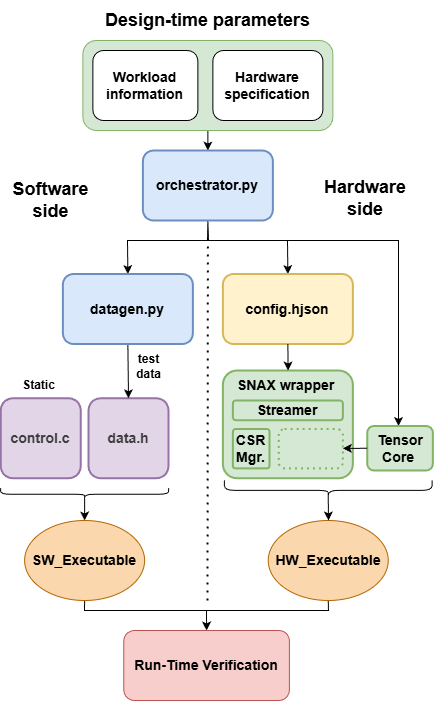
MargZhao/MX_SNAX_integration keeps this draw.io diagram as target/snitch_cluster/sw/apps/snax-mx/thesis_graphs/workflow_v2.png. Above is the earlier version. Source tidied: cells renumbered, new cells last; positions are measured from the earlier drawing's top-left corner, leaving out a move shared by most shapes.
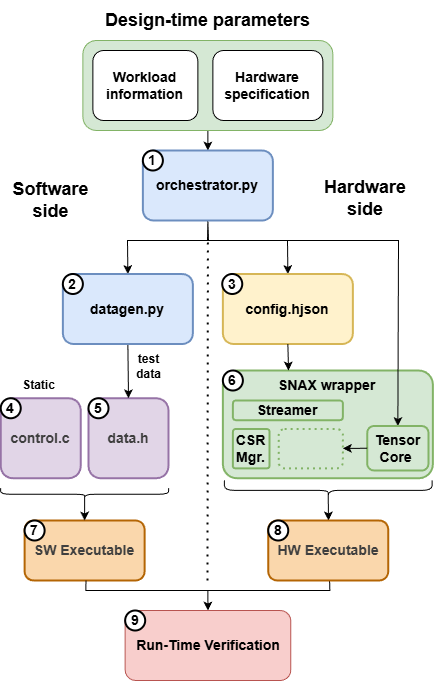
The same diagram one commit later.

Change to the diagram source:
```diff
@@ -2,6 +2,12 @@
   <root>
     <mxCell id="0" />
     <mxCell id="1" parent="0" />
+    <mxCell id="40" value="&lt;b style=&quot;color: rgb(63, 63, 63); scrollbar-color: rgb(226, 226, 226) rgb(251, 251, 251); font-size: 14px;&quot;&gt;SW Executable&lt;/b&gt;" style="rounded=1;whiteSpace=wrap;html=1;strokeColor=#b46504;align=center;verticalAlign=middle;fontFamily=Helvetica;fontSize=12;fontColor=default;fillColor=#fad7ac;strokeWidth=2;" parent="1" vertex="1">
+      <mxGeometry x="24.1" y="520" width="120" height="60" as="geometry" />
+    </mxCell>
+    <mxCell id="28" style="rounded=1;whiteSpace=wrap;html=1;fillColor=#d5e8d4;strokeColor=#82b366;arcSize=13;strokeWidth=2;align=center;verticalAlign=middle;fontFamily=Helvetica;fontSize=12;fontColor=default;" parent="1" vertex="1">
+      <mxGeometry x="222.4" y="370" width="210" height="107.8" as="geometry" />
+    </mxCell>
     <mxCell id="2" style="edgeStyle=none;html=1;exitX=0.5;exitY=1;exitDx=0;exitDy=0;entryX=0.5;entryY=0;entryDx=0;entryDy=0;" parent="1" edge="1" source="3" target="7">
       <mxGeometry relative="1" as="geometry" />
     </mxCell>
@@ -24,7 +30,7 @@
         </Array>
       </mxGeometry>
     </mxCell>
-    <mxCell id="6" style="edgeStyle=none;html=1;exitX=0.5;exitY=1;exitDx=0;exitDy=0;rounded=0;curved=0;entryX=0.477;entryY=0.001;entryDx=0;entryDy=0;entryPerimeter=0;" parent="1" edge="1" source="7" target="24">
+    <mxCell id="6" style="edgeStyle=none;html=1;exitX=0.5;exitY=1;exitDx=0;exitDy=0;rounded=0;curved=0;entryX=0.5;entryY=0;entryDx=0;entryDy=0;" parent="1" edge="1" source="7" target="24">
       <mxGeometry relative="1" as="geometry">
         <Array as="points">
           <mxPoint x="208" y="240" />
@@ -55,27 +61,27 @@
     </mxCell>
     <mxCell id="14" style="endArrow=none;dashed=1;html=1;dashPattern=1 3;strokeWidth=2;" parent="1" edge="1">
       <mxGeometry relative="1" as="geometry">
-        <mxPoint x="207" y="600" as="sourcePoint" />
+        <mxPoint x="207" y="580" as="sourcePoint" />
         <mxPoint x="207.4" y="240" as="targetPoint" />
       </mxGeometry>
     </mxCell>
-    <mxCell id="15" style="edgeStyle=none;html=1;exitX=0.1;exitY=0.5;exitDx=0;exitDy=0;exitPerimeter=0;entryX=0.5;entryY=0;entryDx=0;entryDy=0;" parent="1" edge="1" source="16" target="18">
-      <mxGeometry relative="1" as="geometry" />
+    <mxCell id="15" style="edgeStyle=none;html=1;exitX=0.1;exitY=0.5;exitDx=0;exitDy=0;exitPerimeter=0;entryX=0.5;entryY=0;entryDx=0;entryDy=0;" parent="1" edge="1" source="16">
+      <mxGeometry relative="1" as="geometry">
+        <mxPoint x="84.1" y="520" as="targetPoint" />
+      </mxGeometry>
     </mxCell>
     <mxCell id="16" style="shape=curlyBracket;whiteSpace=wrap;html=1;rounded=1;flipH=1;labelPosition=right;verticalLabelPosition=middle;align=left;verticalAlign=middle;rotation=90;" parent="1" vertex="1">
       <mxGeometry x="78" y="409.8" width="12.2" height="168" as="geometry" />
     </mxCell>
-    <mxCell id="17" style="edgeStyle=none;html=1;exitX=0.5;exitY=1;exitDx=0;exitDy=0;entryX=0.5;entryY=0;entryDx=0;entryDy=0;rounded=0;curved=0;" parent="1" edge="1" source="18" target="38">
+    <mxCell id="17" style="edgeStyle=none;html=1;exitX=0.5;exitY=1;exitDx=0;exitDy=0;entryX=0.5;entryY=0;entryDx=0;entryDy=0;rounded=0;curved=0;" parent="1" edge="1" target="38">
       <mxGeometry relative="1" as="geometry">
+        <mxPoint x="85.5" y="580" as="sourcePoint" />
         <Array as="points">
-          <mxPoint x="84" y="610" />
-          <mxPoint x="206" y="610" />
+          <mxPoint x="85.4" y="590" />
+          <mxPoint x="207.4" y="590" />
         </Array>
       </mxGeometry>
     </mxCell>
-    <mxCell id="18" value="&lt;font style=&quot;font-size: 14px;&quot;&gt;&lt;b&gt;SW_Executable&lt;/b&gt;&lt;/font&gt;" style="ellipse;whiteSpace=wrap;html=1;fillColor=#fad7ac;strokeColor=#b46504;" parent="1" vertex="1">
-      <mxGeometry x="24.1" y="520" width="120" height="80" as="geometry" />
-    </mxCell>
     <mxCell id="19" style="edgeStyle=none;html=1;exitX=0.5;exitY=1;exitDx=0;exitDy=0;entryX=0.5;entryY=0;entryDx=0;entryDy=0;" parent="1" edge="1" source="20" target="10">
       <mxGeometry relative="1" as="geometry" />
     </mxCell>
@@ -92,27 +98,22 @@
       <mxGeometry x="212.4" y="50" width="110" height="70" as="geometry" />
     </mxCell>
     <mxCell id="24" value="&lt;span style=&quot;font-size: 14px;&quot;&gt;&lt;b&gt;Tensor&lt;/b&gt;&lt;/span&gt;&lt;div&gt;&lt;span style=&quot;font-size: 14px;&quot;&gt;&lt;b&gt;Core&amp;nbsp;&lt;/b&gt;&lt;/span&gt;&lt;/div&gt;" style="rounded=1;whiteSpace=wrap;html=1;fillColor=#d5e8d4;strokeColor=#82b366;strokeWidth=2;align=center;verticalAlign=middle;fontFamily=Helvetica;fontSize=12;fontColor=default;" parent="1" vertex="1">
-      <mxGeometry x="366.7" y="425.5" width="65.6" height="44.5" as="geometry" />
+      <mxGeometry x="366.7" y="425.5" width="61.3" height="44.5" as="geometry" />
     </mxCell>
-    <mxCell id="25" style="edgeStyle=none;html=1;exitX=0.5;exitY=1;exitDx=0;exitDy=0;entryX=0.5;entryY=0;entryDx=0;entryDy=0;rounded=0;curved=0;" parent="1" edge="1" source="26" target="38">
+    <mxCell id="25" style="edgeStyle=none;html=1;exitX=0.5;exitY=1;exitDx=0;exitDy=0;entryX=0.5;entryY=0;entryDx=0;entryDy=0;rounded=0;curved=0;" parent="1" edge="1" target="38">
       <mxGeometry relative="1" as="geometry">
+        <mxPoint x="329.1" y="580" as="sourcePoint" />
         <Array as="points">
-          <mxPoint x="328" y="610" />
-          <mxPoint x="206" y="610" />
+          <mxPoint x="329.4" y="590" />
+          <mxPoint x="207.4" y="590" />
         </Array>
       </mxGeometry>
     </mxCell>
-    <mxCell id="26" value="&lt;font style=&quot;font-size: 14px;&quot;&gt;&lt;b&gt;HW_Executable&lt;/b&gt;&lt;/font&gt;" style="ellipse;whiteSpace=wrap;html=1;fillColor=#fad7ac;strokeColor=#b46504;" parent="1" vertex="1">
-      <mxGeometry x="267.7" y="520" width="120" height="80" as="geometry" />
-    </mxCell>
     <mxCell id="27" style="group;" parent="1" vertex="1">
       <mxGeometry x="241.7" y="440" width="140" height="80" as="geometry" />
     </mxCell>
-    <mxCell id="28" style="rounded=1;whiteSpace=wrap;html=1;fillColor=#d5e8d4;strokeColor=#82b366;arcSize=13;strokeWidth=2;align=center;verticalAlign=middle;fontFamily=Helvetica;fontSize=12;fontColor=default;" parent="1" vertex="1">
-      <mxGeometry x="222.4" y="370" width="130" height="107.8" as="geometry" />
-    </mxCell>
     <mxCell id="29" value="&lt;font style=&quot;font-size: 14px;&quot;&gt;&lt;b&gt;SNAX wrapper&amp;nbsp;&lt;/b&gt;&lt;/font&gt;" style="text;html=1;align=center;verticalAlign=middle;points=[];strokeColor=none;fillColor=none;" parent="1" vertex="1">
-      <mxGeometry x="227.4" y="370" width="120" height="30" as="geometry" />
+      <mxGeometry x="267.7" y="370" width="120" height="30" as="geometry" />
     </mxCell>
     <mxCell id="30" style="group;" parent="1" vertex="1">
       <mxGeometry x="232.4" y="400" width="110" height="70" as="geometry" />
@@ -137,14 +138,46 @@
     <mxCell id="36" style="shape=curlyBracket;whiteSpace=wrap;html=1;rounded=1;flipH=1;labelPosition=right;verticalLabelPosition=middle;align=left;verticalAlign=middle;rotation=90;" parent="1" vertex="1">
       <mxGeometry x="317.7" y="386" width="20" height="207.8" as="geometry" />
     </mxCell>
-    <mxCell id="37" style="edgeStyle=none;html=1;exitX=0.5;exitY=1;exitDx=0;exitDy=0;entryX=0.502;entryY=0;entryDx=0;entryDy=0;entryPerimeter=0;" parent="1" edge="1" source="11" target="29">
-      <mxGeometry relative="1" as="geometry" />
+    <mxCell id="37" style="edgeStyle=none;html=1;exitX=0.5;exitY=1;exitDx=0;exitDy=0;" parent="1" edge="1" source="11">
+      <mxGeometry relative="1" as="geometry">
+        <mxPoint x="288" y="370" as="targetPoint" />
+      </mxGeometry>
     </mxCell>
     <mxCell id="38" value="&lt;font style=&quot;font-size: 14px;&quot;&gt;&lt;b&gt;Run-Time Verification&lt;/b&gt;&lt;/font&gt;" style="rounded=1;whiteSpace=wrap;html=1;fillColor=#f8cecc;strokeColor=#b85450;" parent="1" vertex="1">
-      <mxGeometry x="123.3" y="630" width="165.6" height="70" as="geometry" />
+      <mxGeometry x="124.7" y="610" width="165.6" height="70" as="geometry" />
     </mxCell>
     <mxCell id="39" value="&lt;b&gt;test&lt;/b&gt;&lt;div&gt;&lt;b&gt;data&lt;/b&gt;&lt;/div&gt;" style="text;html=1;align=center;verticalAlign=middle;strokeColor=none;fillColor=none;" parent="1" vertex="1">
       <mxGeometry x="123.3" y="346" width="50" height="40" as="geometry" />
     </mxCell>
+    <mxCell id="41" value="&lt;b&gt;&lt;font style=&quot;font-size: 14px;&quot;&gt;1&lt;/font&gt;&lt;/b&gt;" style="ellipse;whiteSpace=wrap;html=1;strokeWidth=2;" parent="1" vertex="1">
+      <mxGeometry x="142.4" y="150" width="20" height="20" as="geometry" />
+    </mxCell>
+    <mxCell id="42" value="&lt;b&gt;&lt;font style=&quot;font-size: 14px;&quot;&gt;5&lt;/font&gt;&lt;/b&gt;" style="ellipse;whiteSpace=wrap;html=1;strokeWidth=2;" parent="1" vertex="1">
+      <mxGeometry x="88" y="397.8" width="20" height="20" as="geometry" />
+    </mxCell>
+    <mxCell id="43" value="&lt;b&gt;&lt;font style=&quot;font-size: 14px;&quot;&gt;4&lt;/font&gt;&lt;/b&gt;" style="ellipse;whiteSpace=wrap;html=1;strokeWidth=2;" parent="1" vertex="1">
+      <mxGeometry x="0.2" y="397.8" width="20" height="20" as="geometry" />
+    </mxCell>
+    <mxCell id="44" value="&lt;b&gt;&lt;font style=&quot;font-size: 14px;&quot;&gt;3&lt;/font&gt;&lt;/b&gt;" style="ellipse;whiteSpace=wrap;html=1;strokeWidth=2;" parent="1" vertex="1">
+      <mxGeometry x="221.7" y="273.5" width="20" height="20" as="geometry" />
+    </mxCell>
+    <mxCell id="45" value="&lt;b&gt;&lt;font style=&quot;font-size: 14px;&quot;&gt;2&lt;/font&gt;&lt;/b&gt;" style="ellipse;whiteSpace=wrap;html=1;strokeWidth=2;" parent="1" vertex="1">
+      <mxGeometry x="62.4" y="273.5" width="20" height="20" as="geometry" />
+    </mxCell>
+    <mxCell id="46" value="&lt;b&gt;&lt;font style=&quot;font-size: 14px;&quot;&gt;6&lt;/font&gt;&lt;/b&gt;" style="ellipse;whiteSpace=wrap;html=1;strokeWidth=2;" parent="1" vertex="1">
+      <mxGeometry x="222.4" y="370" width="20" height="20" as="geometry" />
+    </mxCell>
+    <mxCell id="47" value="&lt;b&gt;&lt;font style=&quot;font-size: 14px;&quot;&gt;7&lt;/font&gt;&lt;/b&gt;" style="ellipse;whiteSpace=wrap;html=1;strokeWidth=2;" parent="1" vertex="1">
+      <mxGeometry x="24.1" y="520" width="20" height="20" as="geometry" />
+    </mxCell>
+    <mxCell id="48" value="&lt;b style=&quot;color: rgb(63, 63, 63); scrollbar-color: rgb(226, 226, 226) rgb(251, 251, 251); font-size: 14px;&quot;&gt;HW Executable&lt;/b&gt;" style="rounded=1;whiteSpace=wrap;html=1;strokeColor=#b46504;align=center;verticalAlign=middle;fontFamily=Helvetica;fontSize=12;fontColor=default;fillColor=#fad7ac;strokeWidth=2;" parent="1" vertex="1">
+      <mxGeometry x="267.7" y="520" width="120" height="60" as="geometry" />
+    </mxCell>
+    <mxCell id="49" value="&lt;b&gt;&lt;font style=&quot;font-size: 14px;&quot;&gt;8&lt;/font&gt;&lt;/b&gt;" style="ellipse;whiteSpace=wrap;html=1;strokeWidth=2;" parent="1" vertex="1">
+      <mxGeometry x="267.7" y="520" width="20" height="20" as="geometry" />
+    </mxCell>
+    <mxCell id="50" value="&lt;b&gt;&lt;font style=&quot;font-size: 14px;&quot;&gt;9&lt;/font&gt;&lt;/b&gt;" style="ellipse;whiteSpace=wrap;html=1;strokeWidth=2;" parent="1" vertex="1">
+      <mxGeometry x="124.7" y="610" width="20" height="20" as="geometry" />
+    </mxCell>
   </root>
 </mxGraphModel>
```
